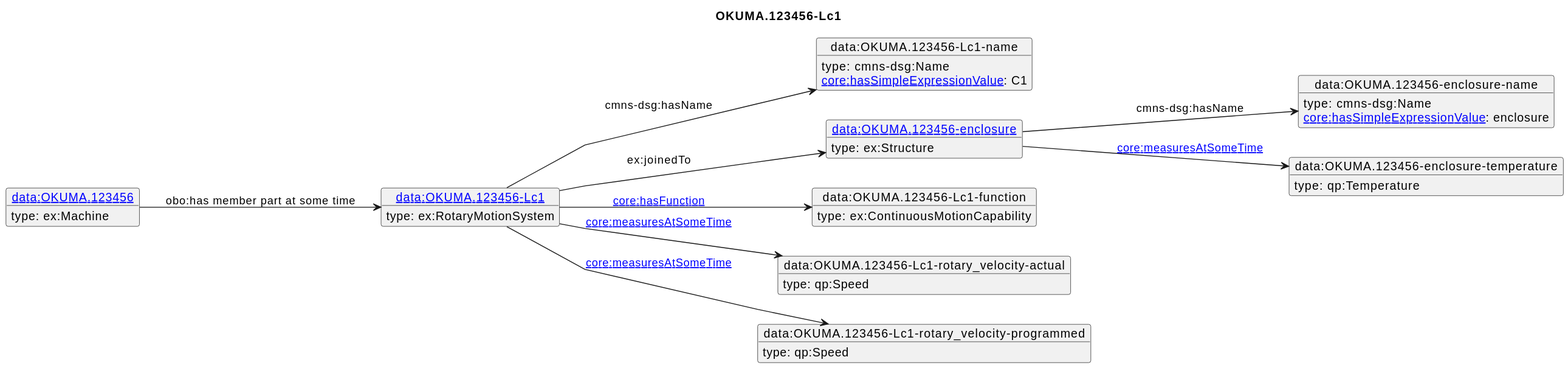
Before: diagrams/OKUMA.123456-Lc1.svg, a diagram exported from PlantUML (iofoundry/example-syseng-mtconnect).
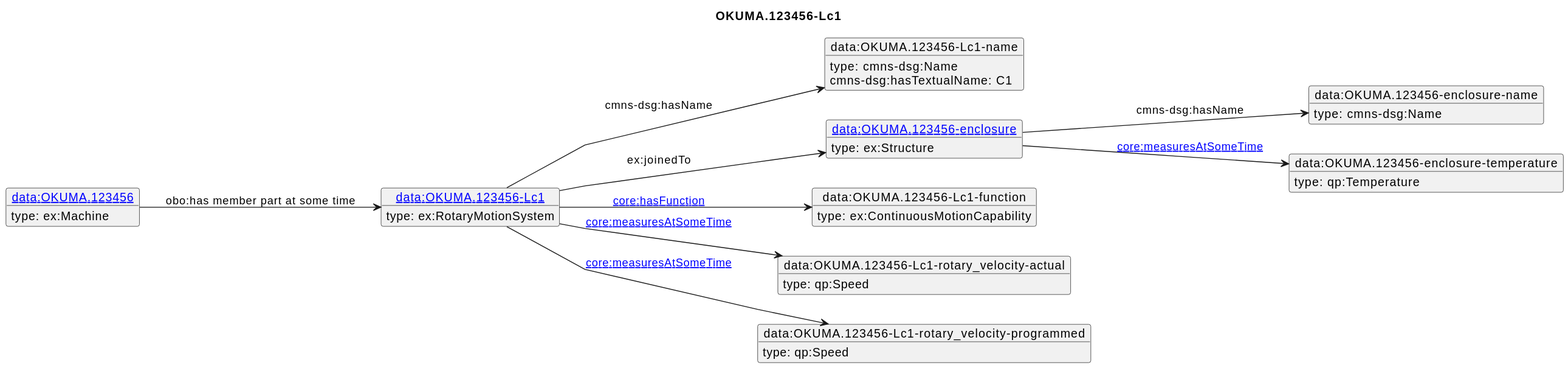
The same file after the commit.

Change to the diagram source:
```diff
@@ -30,10 +30,9 @@
  type: ex:Machine
 }
 o1 --> o2 : cmns-dsg:hasName
-o2 : [[https://spec.industrialontologies.org/ontology/core/Core/hasSimpleExpressionValue core:hasSimpleExpressionValue]]: C1
+o2 : cmns-dsg:hasTextualName: C1
 o1 --> o3 : ex:joinedTo
 o3 --> o4 : cmns-dsg:hasName
-o4 : [[https://spec.industrialontologies.org/ontology/core/Core/hasSimpleExpressionValue core:hasSimpleExpressionValue]]: enclosure
 o3 --> o5 : [[https://spec.industrialontologies.org/ontology/core/Core/measuresAtSomeTime core:measuresAtSomeTime]]
 o1 --> o6 : [[https://spec.industrialontologies.org/ontology/core/Core/hasFunction core:hasFunction]]
 o1 --> o7 : [[https://spec.industrialontologies.org/ontology/core/Core/measuresAtSomeTime core:measuresAtSomeTime]]
```
